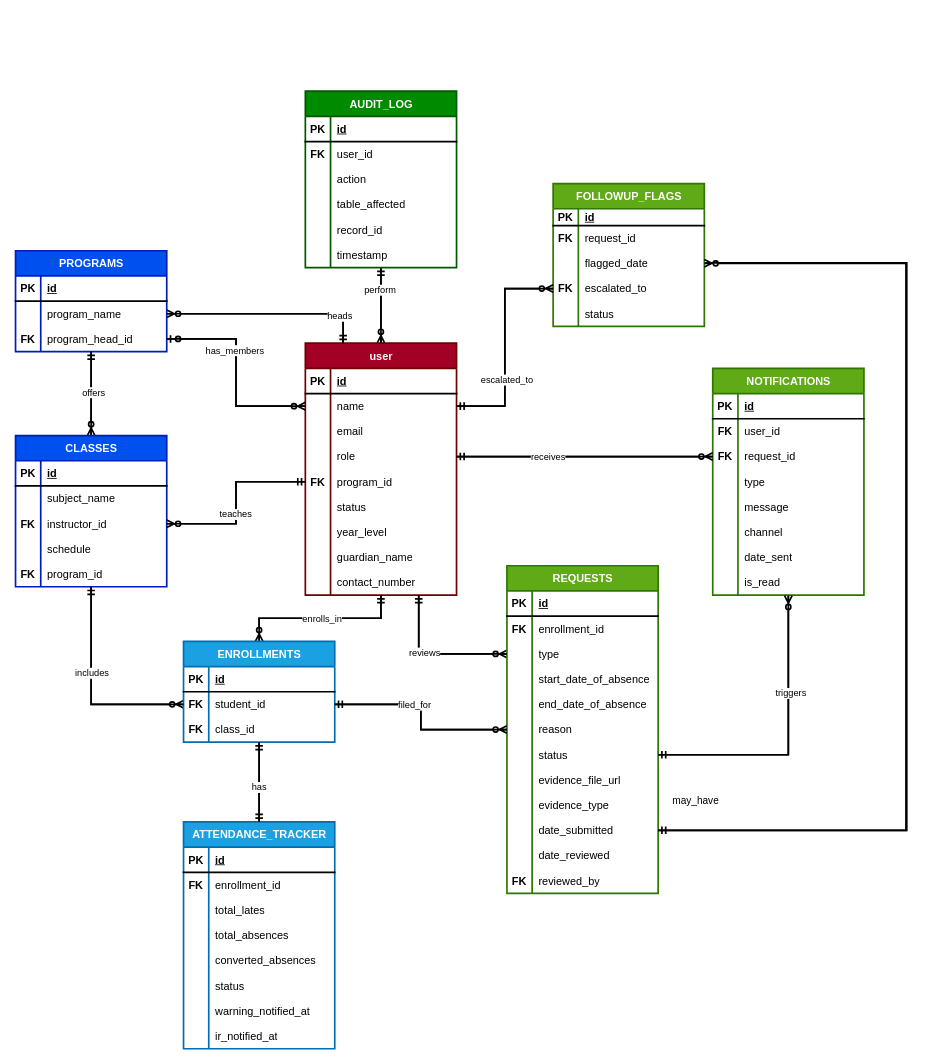
Earlier version of the draw.io diagram backend/ERD.drawio (maki-sushi-distro/Absenteeism-Late-Report-and-Excuse-Letter-Management-Process-ALRM). Source tidied: cells renumbered, new cells numbered last; positions are measured from the earlier drawing's top-left corner, leaving out a move shared by most shapes. Both pictures are drawn from the tidied source at 84%, with x=0, y=0 at pixel (15, 91).
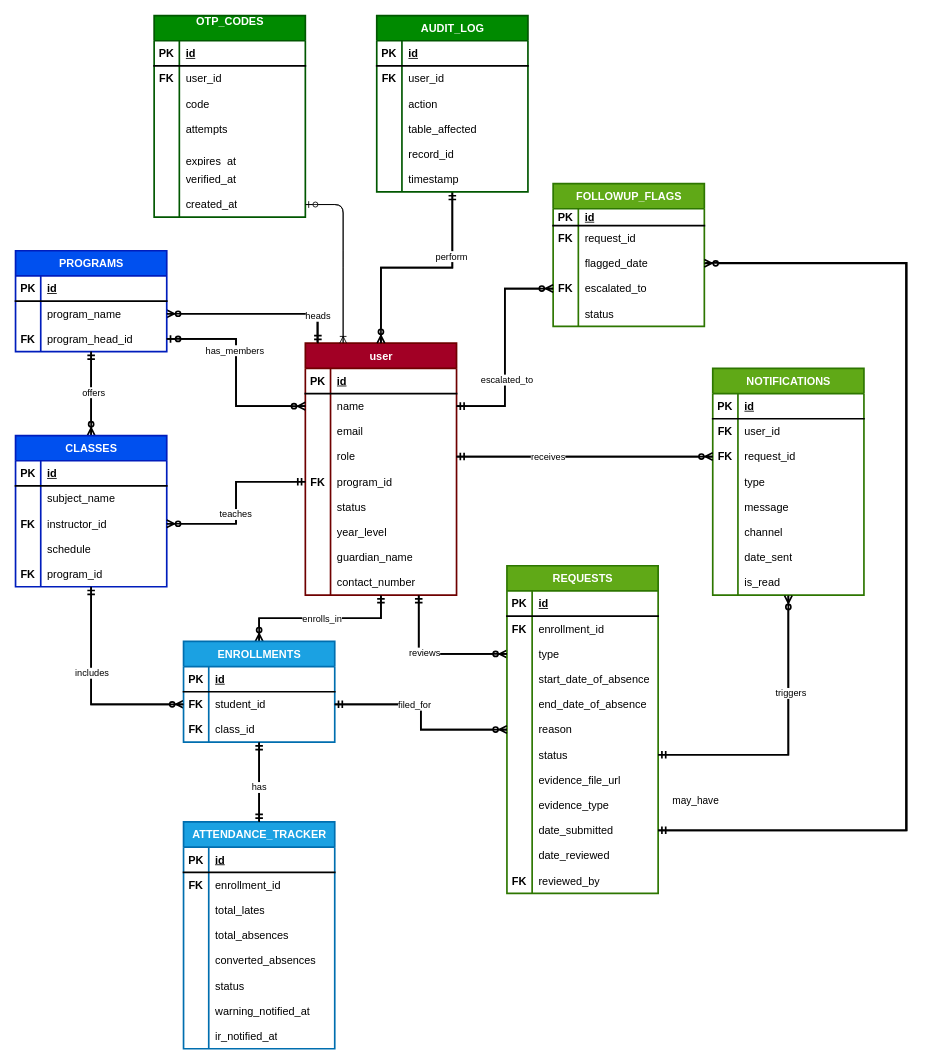
After the change.

Commit message (it also covers changes not shown here):
Added the migration of the OTP tables

The change refers to these unchanged cells:
```xml
<mxCell id="6" value="user" style="shape=table;startSize=30;childLayout=tableLayout;rowLines=0;fontStyle=1;align=center;html=1;fillColor=#a20025;fontColor=#ffffff;strokeColor=#6F0000;fontSize=13;verticalAlign=middle;strokeWidth=2;" parent="1" vertex="1">
  <mxGeometry x="345" y="300" width="180" height="300" as="geometry" />
</mxCell>
<mxCell id="60" style="shape=tableRow;horizontal=0;startSize=0;swimlaneHead=0;swimlaneBody=0;fillColor=none;points=[[0,0.5],[1,0.5]];portConstraint=eastwest;top=0;left=0;right=0;bottom=0;fontSize=13;verticalAlign=middle;strokeWidth=2;" parent="56" vertex="1">
  <mxGeometry y="60" width="180" height="30" as="geometry" />
</mxCell>
```

Change to the diagram source:
```diff
@@
-    <mxCell id="5" style="edgeStyle=orthogonalEdgeStyle;rounded=0;jettySize=auto;html=1;exitX=0.25;exitY=0;exitDx=0;exitDy=0;entryX=1;entryY=0.5;entryDx=0;entryDy=0;strokeWidth=2;endArrow=ERzeroToMany;endFill=0;" parent="1" edge="1" source="6" target="60">
+    <mxCell id="5" style="edgeStyle=orthogonalEdgeStyle;rounded=0;jettySize=auto;html=1;exitX=0.079;exitY=0.004;exitDx=0;exitDy=0;entryX=1;entryY=0.5;entryDx=0;entryDy=0;strokeWidth=2;endArrow=ERzeroToMany;endFill=0;exitPerimeter=0;" parent="1" edge="1" source="6" target="60">
       <mxGeometry relative="1" as="geometry" />
     </mxCell>
+    <mxCell id="230" style="edgeStyle=none;html=1;exitX=0.25;exitY=0;exitDx=0;exitDy=0;entryX=1;entryY=0.5;entryDx=0;entryDy=0;endArrow=ERzeroToOne;endFill=0;" parent="1" edge="1" source="6" target="250">
+      <mxGeometry relative="1" as="geometry">
+        <Array as="points">
+          <mxPoint x="390" y="135" />
+        </Array>
+      </mxGeometry>
+    </mxCell>
@@
     <mxCell id="36" value="AUDIT_LOG" style="shape=table;startSize=30;childLayout=tableLayout;rowLines=0;fontStyle=1;align=center;html=1;fontSize=13;verticalAlign=middle;strokeWidth=2;fillColor=#008a00;fontColor=#ffffff;strokeColor=#005700;" parent="1" vertex="1">
-      <mxGeometry x="345" width="180" height="210" as="geometry" />
+      <mxGeometry x="430" y="-90" width="180" height="210" as="geometry" />
     </mxCell>
@@
-    <mxCell id="223" style="edgeStyle=orthogonalEdgeStyle;rounded=0;jettySize=auto;html=1;exitX=1;exitY=0.5;exitDx=0;exitDy=0;entryX=0.25;entryY=0;entryDx=0;entryDy=0;strokeWidth=2;endArrow=ERmandOne;endFill=0;" parent="1" edge="1" source="60" target="6">
+    <mxCell id="223" style="edgeStyle=orthogonalEdgeStyle;rounded=0;jettySize=auto;html=1;exitX=1;exitY=0.5;exitDx=0;exitDy=0;entryX=0.083;entryY=0;entryDx=0;entryDy=0;strokeWidth=2;endArrow=ERmandOne;endFill=0;entryPerimeter=0;" parent="1" edge="1" source="60" target="6">
       <mxGeometry relative="1" as="geometry" />
     </mxCell>
@@
+    <mxCell id="231" value="OTP_CODES&lt;div&gt;&lt;br/&gt;&lt;/div&gt;" style="shape=table;startSize=30;childLayout=tableLayout;rowLines=0;fontStyle=1;align=center;html=1;fontSize=13;verticalAlign=middle;strokeWidth=2;fillColor=#008a00;fontColor=#ffffff;strokeColor=#005700;" parent="1" vertex="1">
+      <mxGeometry x="165" y="-90" width="180" height="240" as="geometry" />
+    </mxCell>
+    <mxCell id="232" style="shape=tableRow;horizontal=0;startSize=0;swimlaneHead=0;swimlaneBody=0;fillColor=none;top=0;left=0;right=0;bottom=1;fontSize=13;verticalAlign=middle;strokeWidth=2;" parent="231" vertex="1">
+      <mxGeometry y="30" width="180" height="30" as="geometry" />
+    </mxCell>
+    <mxCell id="233" value="PK" style="shape=partialRectangle;fillColor=none;top=0;left=0;bottom=0;right=0;fontStyle=1;overflow=hidden;whiteSpace=wrap;html=1;fontSize=13;verticalAlign=middle;strokeWidth=2;" parent="232" vertex="1">
+      <mxGeometry width="30" height="30" as="geometry" />
+    </mxCell>
+    <mxCell id="234" value="id" style="shape=partialRectangle;fillColor=none;top=0;left=0;bottom=0;right=0;align=left;spacingLeft=6;fontStyle=5;overflow=hidden;whiteSpace=wrap;html=1;fontSize=13;verticalAlign=middle;strokeWidth=2;" parent="232" vertex="1">
+      <mxGeometry x="30" width="150" height="30" as="geometry" />
+    </mxCell>
+    <mxCell id="235" style="shape=tableRow;horizontal=0;startSize=0;swimlaneHead=0;swimlaneBody=0;fillColor=none;top=0;left=0;right=0;bottom=0;fontSize=13;verticalAlign=middle;strokeWidth=2;" parent="231" vertex="1">
+      <mxGeometry y="60" width="180" height="30" as="geometry" />
+    </mxCell>
+    <mxCell id="236" value="&lt;b&gt;FK&lt;/b&gt;" style="shape=partialRectangle;fillColor=none;top=0;left=0;bottom=0;right=0;overflow=hidden;whiteSpace=wrap;html=1;fontSize=13;verticalAlign=middle;strokeWidth=2;" parent="235" vertex="1">
+      <mxGeometry width="30" height="30" as="geometry" />
+    </mxCell>
+    <mxCell id="237" value="user_id" style="shape=partialRectangle;fillColor=none;top=0;left=0;bottom=0;right=0;align=left;spacingLeft=6;overflow=hidden;whiteSpace=wrap;html=1;fontSize=13;verticalAlign=middle;strokeWidth=2;" parent="235" vertex="1">
+      <mxGeometry x="30" width="150" height="30" as="geometry" />
+    </mxCell>
+    <mxCell id="238" style="shape=tableRow;horizontal=0;startSize=0;swimlaneHead=0;swimlaneBody=0;fillColor=none;top=0;left=0;right=0;bottom=0;fontSize=13;verticalAlign=middle;strokeWidth=2;" parent="231" vertex="1">
+      <mxGeometry y="90" width="180" height="30" as="geometry" />
+    </mxCell>
+    <mxCell id="239" style="shape=partialRectangle;fillColor=none;top=0;left=0;bottom=0;right=0;overflow=hidden;whiteSpace=wrap;html=1;fontSize=13;verticalAlign=middle;strokeWidth=2;" parent="238" vertex="1">
+      <mxGeometry width="30" height="30" as="geometry" />
+    </mxCell>
+    <mxCell id="240" value="code" style="shape=partialRectangle;fillColor=none;top=0;left=0;bottom=0;right=0;align=left;spacingLeft=6;overflow=hidden;whiteSpace=wrap;html=1;fontSize=13;verticalAlign=middle;strokeWidth=2;" parent="238" vertex="1">
+      <mxGeometry x="30" width="150" height="30" as="geometry" />
+    </mxCell>
+    <mxCell id="241" style="shape=tableRow;horizontal=0;startSize=0;swimlaneHead=0;swimlaneBody=0;fillColor=none;top=0;left=0;right=0;bottom=0;fontSize=13;verticalAlign=middle;strokeWidth=2;" parent="231" vertex="1">
+      <mxGeometry y="120" width="180" height="30" as="geometry" />
+    </mxCell>
+    <mxCell id="242" style="shape=partialRectangle;fillColor=none;top=0;left=0;bottom=0;right=0;overflow=hidden;whiteSpace=wrap;html=1;fontSize=13;verticalAlign=middle;strokeWidth=2;" parent="241" vertex="1">
+      <mxGeometry width="30" height="30" as="geometry" />
+    </mxCell>
+    <mxCell id="243" value="attempts" style="shape=partialRectangle;fillColor=none;top=0;left=0;bottom=0;right=0;align=left;spacingLeft=6;overflow=hidden;whiteSpace=wrap;html=1;fontSize=13;verticalAlign=middle;strokeWidth=2;" parent="241" vertex="1">
+      <mxGeometry x="30" width="150" height="30" as="geometry" />
+    </mxCell>
+    <mxCell id="244" style="shape=tableRow;horizontal=0;startSize=0;swimlaneHead=0;swimlaneBody=0;fillColor=none;top=0;left=0;right=0;bottom=0;fontSize=13;verticalAlign=middle;strokeWidth=2;" parent="231" vertex="1">
+      <mxGeometry y="150" width="180" height="30" as="geometry" />
+    </mxCell>
+    <mxCell id="245" style="shape=partialRectangle;fillColor=none;top=0;left=0;bottom=0;right=0;overflow=hidden;whiteSpace=wrap;html=1;fontSize=13;verticalAlign=middle;strokeWidth=2;" parent="244" vertex="1">
+      <mxGeometry width="30" height="30" as="geometry" />
+    </mxCell>
+    <mxCell id="246" value="&lt;div&gt;&lt;p&gt;expires_at&lt;/p&gt;&lt;/div&gt;" style="shape=partialRectangle;fillColor=none;top=0;left=0;bottom=0;right=0;align=left;spacingLeft=6;overflow=hidden;whiteSpace=wrap;html=1;fontSize=13;verticalAlign=middle;strokeWidth=2;" parent="244" vertex="1">
+      <mxGeometry x="30" width="150" height="30" as="geometry" />
+    </mxCell>
+    <mxCell id="247" style="shape=tableRow;horizontal=0;startSize=0;swimlaneHead=0;swimlaneBody=0;fillColor=none;top=0;left=0;right=0;bottom=0;fontSize=13;verticalAlign=middle;strokeWidth=2;" parent="231" vertex="1">
+      <mxGeometry y="180" width="180" height="30" as="geometry" />
+    </mxCell>
+    <mxCell id="248" style="shape=partialRectangle;fillColor=none;top=0;left=0;bottom=0;right=0;overflow=hidden;whiteSpace=wrap;html=1;fontSize=13;verticalAlign=middle;strokeWidth=2;" parent="247" vertex="1">
+      <mxGeometry width="30" height="30" as="geometry" />
+    </mxCell>
+    <mxCell id="249" value="verified_at" style="shape=partialRectangle;fillColor=none;top=0;left=0;bottom=0;right=0;align=left;spacingLeft=6;overflow=hidden;whiteSpace=wrap;html=1;fontSize=13;verticalAlign=middle;strokeWidth=2;" parent="247" vertex="1">
+      <mxGeometry x="30" width="150" height="30" as="geometry" />
+    </mxCell>
+    <mxCell id="250" style="shape=tableRow;horizontal=0;startSize=0;swimlaneHead=0;swimlaneBody=0;fillColor=none;points=[[0,0.5],[1,0.5]];portConstraint=eastwest;top=0;left=0;right=0;bottom=0;fontSize=13;verticalAlign=middle;strokeWidth=2;" parent="231" vertex="1">
+      <mxGeometry y="210" width="180" height="30" as="geometry" />
+    </mxCell>
+    <mxCell id="251" style="shape=partialRectangle;fillColor=none;top=0;left=0;bottom=0;right=0;overflow=hidden;whiteSpace=wrap;html=1;fontSize=13;verticalAlign=middle;strokeWidth=2;" parent="250" vertex="1">
+      <mxGeometry width="30" height="30" as="geometry" />
+    </mxCell>
+    <mxCell id="252" value="created_at" style="shape=partialRectangle;fillColor=none;top=0;left=0;bottom=0;right=0;align=left;spacingLeft=6;overflow=hidden;whiteSpace=wrap;html=1;fontSize=13;verticalAlign=middle;strokeWidth=2;" parent="250" vertex="1">
+      <mxGeometry x="30" width="150" height="30" as="geometry" />
+    </mxCell>
+    <mxCell id="253" style="edgeStyle=none;html=1;exitX=1;exitY=0.5;exitDx=0;exitDy=0;entryX=0.25;entryY=0;entryDx=0;entryDy=0;endArrow=ERoneToMany;endFill=0;" parent="1" edge="1" source="250" target="6">
+      <mxGeometry relative="1" as="geometry">
+        <Array as="points">
+          <mxPoint x="390" y="135" />
+          <mxPoint x="390" y="200" />
+        </Array>
+      </mxGeometry>
+    </mxCell>
```
